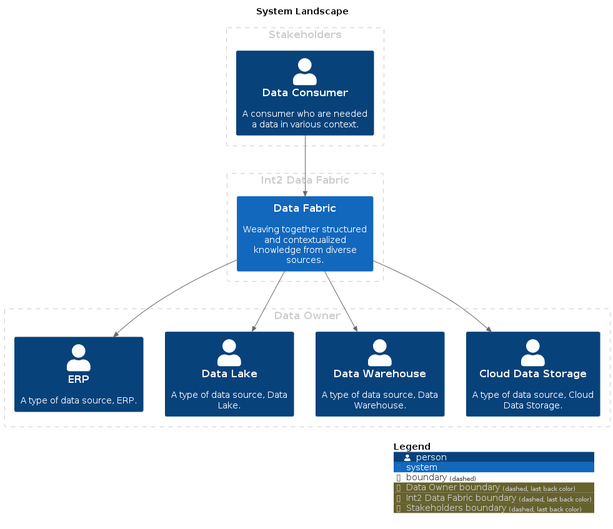
Before: master/png/SystemLandscape.png, a diagram exported from PlantUML (IntellectusCorp/data-fabric-docs).
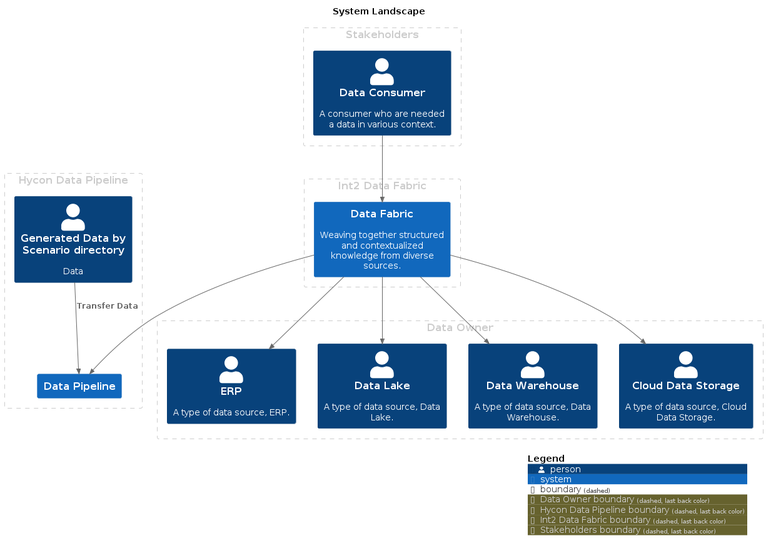
The same file after the commit.

The edit, as a diff of the source:
```diff
@@ -15,17 +15,25 @@
   Person(CloudDataStorage, "Cloud Data Storage", $descr="A type of data source, Cloud Data Storage.", $tags="", $link="")
 }
 
+AddBoundaryTag("Hycon Data Pipeline", $borderColor="#cccccc", $fontColor="#cccccc")
+Boundary(group_2, "Hycon Data Pipeline", $tags="Hycon Data Pipeline") {
+  Person(GeneratedDatabyScenariodirectory, "Generated Data by Scenario directory", $descr="Data", $tags="", $link="")
+  System(DataPipeline, "Data Pipeline", $descr="", $tags="", $link="")
+}
+
 AddBoundaryTag("Int2 Data Fabric", $borderColor="#cccccc", $fontColor="#cccccc")
-Boundary(group_2, "Int2 Data Fabric", $tags="Int2 Data Fabric") {
+Boundary(group_3, "Int2 Data Fabric", $tags="Int2 Data Fabric") {
   System(DataFabric, "Data Fabric", $descr="Weaving together structured and contextualized knowledge from diverse sources.", $tags="", $link="")
 }
 
 AddBoundaryTag("Stakeholders", $borderColor="#cccccc", $fontColor="#cccccc")
-Boundary(group_3, "Stakeholders", $tags="Stakeholders") {
+Boundary(group_4, "Stakeholders", $tags="Stakeholders") {
   Person(DataConsumer, "Data Consumer", $descr="A consumer who are needed a data in various context.", $tags="", $link="")
 }
 
 
+Rel_D(GeneratedDatabyScenariodirectory, DataPipeline, "Transfer Data", $techn="", $tags="", $link="")
+Rel_D(DataFabric, DataPipeline, "", $techn="", $tags="", $link="")
 Rel_D(DataConsumer, DataFabric, "", $techn="", $tags="", $link="")
 Rel_D(DataFabric, ERP, "", $techn="", $tags="", $link="")
 Rel_D(DataFabric, DataLake, "", $techn="", $tags="", $link="")
```
